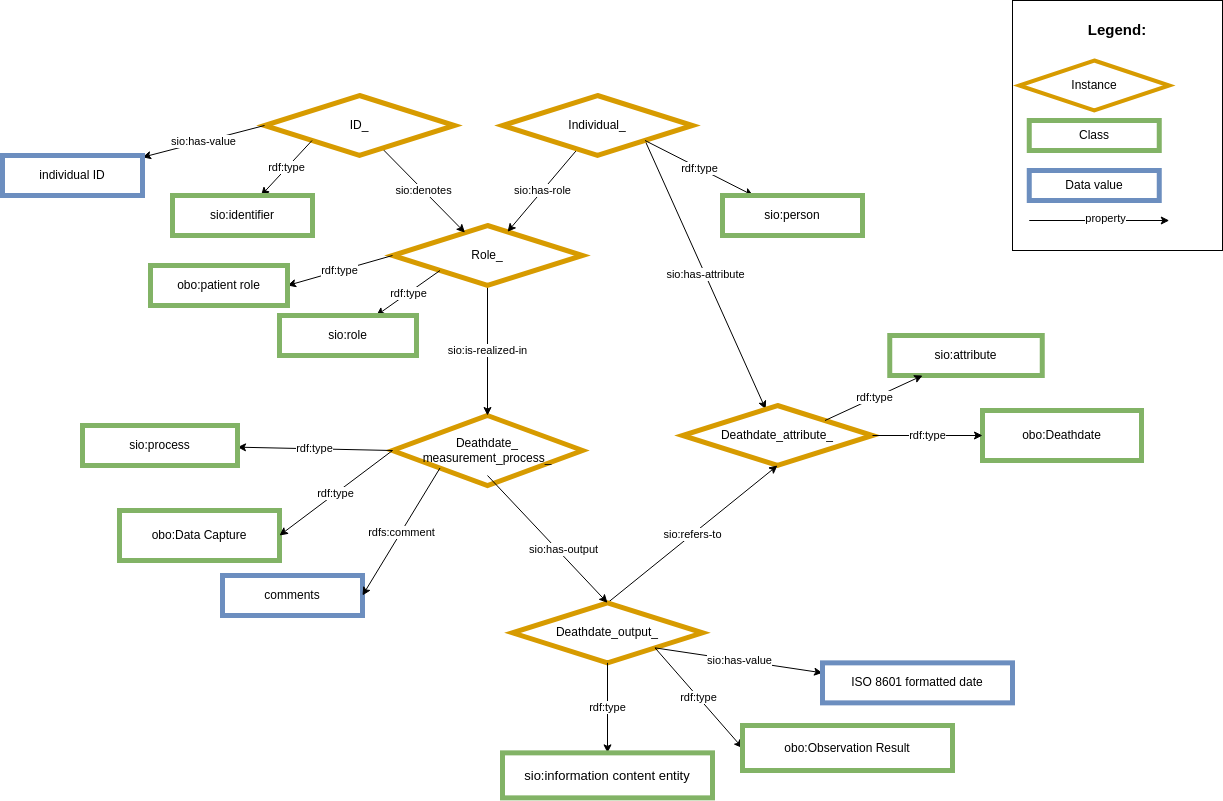
This is images/CARE-SM-Deathdate.png from CARE-SM/CARE-Semantic-Model, a draw.io export, as it was before one commit. Source tidied: cells renumbered, new cells last; positions are measured from the earlier drawing's top-left corner, leaving out a move shared by most shapes. The source it was exported from:
```xml
<mxGraphModel>
  <root>
    <mxCell id="0" />
    <mxCell id="1" parent="0" />
    <mxCell id="2" value="Deathdate_&lt;br&gt;measurement_process_" style="rhombus;whiteSpace=wrap;html=1;fillColor=#FFFFFF;strokeColor=#d79b00;strokeWidth=5;rounded=0;" parent="1" vertex="1">
      <mxGeometry x="390" y="415" width="190" height="70" as="geometry" />
    </mxCell>
    <mxCell id="3" value="&lt;span style=&quot;color: rgb(0, 0, 0); font-family: Helvetica; font-size: 11px; font-style: normal; font-variant-ligatures: normal; font-variant-caps: normal; font-weight: 400; letter-spacing: normal; orphans: 2; text-align: center; text-indent: 0px; text-transform: none; widows: 2; word-spacing: 0px; -webkit-text-stroke-width: 0px; background-color: rgb(255, 255, 255); text-decoration-thickness: initial; text-decoration-style: initial; text-decoration-color: initial; float: none; display: inline !important;&quot;&gt;sio:is-realized-in&lt;/span&gt;" style="rounded=0;jettySize=auto;html=1;exitX=0.5;exitY=1;exitDx=0;exitDy=0;entryX=0.5;entryY=0;entryDx=0;entryDy=0;" parent="1" edge="1" source="5" target="2">
      <mxGeometry relative="1" as="geometry" />
    </mxCell>
    <mxCell id="4" value="sio:has-attribute" style="rounded=0;jettySize=auto;html=1;exitX=1;exitY=1;exitDx=0;exitDy=0;" parent="1" edge="1" source="9" target="10">
      <mxGeometry relative="1" as="geometry" />
    </mxCell>
    <mxCell id="5" value="Role_" style="rhombus;whiteSpace=wrap;html=1;fillColor=#FFFFFF;strokeColor=#d79b00;strokeWidth=5;rounded=0;" parent="1" vertex="1">
      <mxGeometry x="390" y="225" width="190" height="60" as="geometry" />
    </mxCell>
    <mxCell id="6" value="sio:denotes" style="edgeStyle=none;rounded=0;jettySize=auto;html=1;" parent="1" edge="1" source="7" target="5">
      <mxGeometry relative="1" as="geometry" />
    </mxCell>
    <mxCell id="7" value="ID_" style="rhombus;whiteSpace=wrap;html=1;fillColor=#FFFFFF;strokeColor=#d79b00;strokeWidth=5;rounded=0;" parent="1" vertex="1">
      <mxGeometry x="262" y="95" width="190" height="60" as="geometry" />
    </mxCell>
    <mxCell id="8" value="sio:has-role" style="edgeStyle=none;rounded=0;jettySize=auto;html=1;" parent="1" edge="1" source="9" target="5">
      <mxGeometry relative="1" as="geometry" />
    </mxCell>
    <mxCell id="9" value="Individual_" style="rhombus;whiteSpace=wrap;html=1;fillColor=#FFFFFF;strokeColor=#d79b00;strokeWidth=5;rounded=0;" parent="1" vertex="1">
      <mxGeometry x="500" y="95" width="190" height="60" as="geometry" />
    </mxCell>
    <mxCell id="10" value="Deathdate_attribute_" style="rhombus;whiteSpace=wrap;html=1;fillColor=#FFFFFF;strokeColor=#d79b00;strokeWidth=5;rounded=0;" parent="1" vertex="1">
      <mxGeometry x="680" y="405" width="190" height="60" as="geometry" />
    </mxCell>
    <mxCell id="11" value="sio:attribute" style="whiteSpace=wrap;html=1;fillColor=#FFFFFF;strokeColor=#82b366;strokeWidth=5;" parent="1" vertex="1">
      <mxGeometry x="887.2" y="335" width="152.5" height="40" as="geometry" />
    </mxCell>
    <mxCell id="12" value="rdf:type" style="edgeStyle=none;rounded=0;jettySize=auto;html=1;exitX=0;exitY=1;exitDx=0;exitDy=0;" parent="1" edge="1" source="5" target="13">
      <mxGeometry relative="1" as="geometry" />
    </mxCell>
    <mxCell id="13" value="sio:role" style="whiteSpace=wrap;html=1;fillColor=#FFFFFF;strokeColor=#82b366;strokeWidth=5;" parent="1" vertex="1">
      <mxGeometry x="277" y="315" width="137" height="40" as="geometry" />
    </mxCell>
    <mxCell id="14" value="rdf:type" style="edgeStyle=none;rounded=0;jettySize=auto;html=1;exitX=0;exitY=1;exitDx=0;exitDy=0;" parent="1" edge="1" source="7" target="15">
      <mxGeometry relative="1" as="geometry" />
    </mxCell>
    <mxCell id="15" value="sio:identifier" style="whiteSpace=wrap;html=1;fillColor=#FFFFFF;strokeColor=#82b366;strokeWidth=5;" parent="1" vertex="1">
      <mxGeometry x="170" y="195" width="140" height="40" as="geometry" />
    </mxCell>
    <mxCell id="16" value="rdf:type" style="edgeStyle=none;rounded=0;jettySize=auto;html=1;exitX=1;exitY=1;exitDx=0;exitDy=0;" parent="1" edge="1" source="9" target="17">
      <mxGeometry relative="1" as="geometry" />
    </mxCell>
    <mxCell id="17" value="sio:person" style="whiteSpace=wrap;html=1;fillColor=#FFFFFF;strokeColor=#82b366;strokeWidth=5;" parent="1" vertex="1">
      <mxGeometry x="720" y="195" width="140" height="40" as="geometry" />
    </mxCell>
    <mxCell id="18" value="rdf:type" style="edgeStyle=none;rounded=0;orthogonalLoop=1;jettySize=auto;html=1;exitX=0.5;exitY=1;exitDx=0;exitDy=0;" parent="1" edge="1">
      <mxGeometry relative="1" as="geometry">
        <mxPoint x="390" y="725" as="sourcePoint" />
      </mxGeometry>
    </mxCell>
    <mxCell id="19" value="sio:has-value" style="rounded=0;jettySize=auto;html=1;exitX=0;exitY=0.5;exitDx=0;exitDy=0;" parent="1" edge="1" source="7" target="20">
      <mxGeometry relative="1" as="geometry" />
    </mxCell>
    <mxCell id="20" value="individual ID" style="whiteSpace=wrap;html=1;fillColor=#FFFFFF;strokeColor=#6c8ebf;strokeWidth=5;" parent="1" vertex="1">
      <mxGeometry y="155" width="140" height="40" as="geometry" />
    </mxCell>
    <mxCell id="21" value="rdf:type" style="edgeStyle=none;rounded=0;jettySize=auto;html=1;exitX=0;exitY=0.5;exitDx=0;exitDy=0;entryX=1;entryY=0.5;entryDx=0;entryDy=0;" parent="1" edge="1" source="5" target="22">
      <mxGeometry relative="1" as="geometry" />
    </mxCell>
    <mxCell id="22" value="obo:patient role" style="whiteSpace=wrap;html=1;fillColor=#FFFFFF;strokeColor=#82b366;strokeWidth=5;" parent="1" vertex="1">
      <mxGeometry x="148" y="265" width="137" height="40" as="geometry" />
    </mxCell>
    <mxCell id="23" value="sio:refers-to" style="edgeStyle=none;rounded=0;jettySize=auto;html=1;entryX=0.5;entryY=1;entryDx=0;entryDy=0;exitX=0.5;exitY=0;exitDx=0;exitDy=0;" parent="1" edge="1" source="24">
      <mxGeometry relative="1" as="geometry">
        <mxPoint x="775" y="465" as="targetPoint" />
      </mxGeometry>
    </mxCell>
    <mxCell id="24" value="Deathdate_output_" style="rhombus;whiteSpace=wrap;html=1;fillColor=#FFFFFF;strokeColor=#d79b00;strokeWidth=5;rounded=0;" parent="1" vertex="1">
      <mxGeometry x="510" y="602.4" width="190" height="60" as="geometry" />
    </mxCell>
    <mxCell id="25" style="edgeStyle=none;rounded=0;jettySize=auto;html=1;exitX=0.5;exitY=1;exitDx=0;exitDy=0;entryX=0.5;entryY=0;entryDx=0;entryDy=0;" parent="1" edge="1" target="24">
      <mxGeometry relative="1" as="geometry">
        <mxPoint x="485" y="475" as="sourcePoint" />
      </mxGeometry>
    </mxCell>
    <mxCell id="26" value="&lt;span style=&quot;color: rgb(0, 0, 0); font-family: Helvetica; font-size: 11px; font-style: normal; font-variant-ligatures: normal; font-variant-caps: normal; font-weight: 400; letter-spacing: normal; orphans: 2; text-align: center; text-indent: 0px; text-transform: none; widows: 2; word-spacing: 0px; -webkit-text-stroke-width: 0px; background-color: rgb(255, 255, 255); text-decoration-thickness: initial; text-decoration-style: initial; text-decoration-color: initial; float: none; display: inline !important;&quot;&gt;sio:has-output&lt;/span&gt;" style="edgeLabel;html=1;align=center;verticalAlign=middle;" parent="25" vertex="1">
      <mxGeometry x="-0.21" y="-1" relative="1" as="geometry">
        <mxPoint x="28" y="22" as="offset" />
      </mxGeometry>
    </mxCell>
    <mxCell id="27" value="rdf:type" style="edgeStyle=none;rounded=0;jettySize=auto;html=1;exitX=0.5;exitY=1;exitDx=0;exitDy=0;" parent="1" edge="1" source="24" target="28">
      <mxGeometry relative="1" as="geometry" />
    </mxCell>
    <mxCell id="28" value="&lt;font size=&quot;2&quot;&gt;sio:information content entity&lt;/font&gt;" style="whiteSpace=wrap;html=1;fillColor=#FFFFFF;strokeColor=#82b366;strokeWidth=5;" parent="1" vertex="1">
      <mxGeometry x="500" y="752.4" width="210" height="45" as="geometry" />
    </mxCell>
    <mxCell id="29" value="sio:has-value" style="rounded=0;jettySize=auto;html=1;exitX=1;exitY=1;exitDx=0;exitDy=0;entryX=0;entryY=0.25;entryDx=0;entryDy=0;" parent="1" edge="1" source="24" target="30">
      <mxGeometry relative="1" as="geometry" />
    </mxCell>
    <mxCell id="30" value="ISO 8601 formatted date" style="whiteSpace=wrap;html=1;fillColor=#FFFFFF;strokeColor=#6c8ebf;strokeWidth=5;" parent="1" vertex="1">
      <mxGeometry x="820" y="662.4" width="190" height="40" as="geometry" />
    </mxCell>
    <mxCell id="31" value="rdf:type" style="edgeStyle=none;rounded=0;jettySize=auto;html=1;exitX=1;exitY=1;exitDx=0;exitDy=0;entryX=0;entryY=0.5;entryDx=0;entryDy=0;" parent="1" edge="1" source="24" target="32">
      <mxGeometry relative="1" as="geometry" />
    </mxCell>
    <mxCell id="32" value="obo:Observation Result" style="whiteSpace=wrap;html=1;fillColor=#FFFFFF;strokeColor=#82b366;strokeWidth=5;" parent="1" vertex="1">
      <mxGeometry x="740" y="725" width="210" height="45" as="geometry" />
    </mxCell>
    <mxCell id="33" value="rdf:type" style="edgeStyle=none;rounded=0;jettySize=auto;html=1;exitX=0;exitY=0.5;exitDx=0;exitDy=0;" parent="1" edge="1" source="2" target="34">
      <mxGeometry relative="1" as="geometry" />
    </mxCell>
    <mxCell id="34" value="sio:process" style="whiteSpace=wrap;html=1;fillColor=#FFFFFF;strokeColor=#82b366;strokeWidth=5;" parent="1" vertex="1">
      <mxGeometry x="80" y="425" width="155" height="40" as="geometry" />
    </mxCell>
    <mxCell id="35" value="obo:Data Capture" style="whiteSpace=wrap;html=1;fillColor=#FFFFFF;strokeColor=#82b366;strokeWidth=5;" parent="1" vertex="1">
      <mxGeometry x="117" y="510" width="160" height="50" as="geometry" />
    </mxCell>
    <mxCell id="36" value="comments" style="whiteSpace=wrap;html=1;fillColor=#FFFFFF;strokeColor=#6c8ebf;strokeWidth=5;" parent="1" vertex="1">
      <mxGeometry x="220" y="575" width="140" height="40" as="geometry" />
    </mxCell>
    <mxCell id="37" value="obo:Deathdate&lt;span style=&quot;background-color: initial;&quot;&gt;&lt;br&gt;&lt;/span&gt;" style="whiteSpace=wrap;html=1;fillColor=#FFFFFF;strokeColor=#82b366;strokeWidth=5;" parent="1" vertex="1">
      <mxGeometry x="980" y="410" width="159" height="50" as="geometry" />
    </mxCell>
    <mxCell id="38" value="rdf:type" style="edgeStyle=none;rounded=0;jettySize=auto;html=1;exitX=1;exitY=0.5;exitDx=0;exitDy=0;entryX=0;entryY=0.5;entryDx=0;entryDy=0;" parent="1" edge="1" target="37">
      <mxGeometry relative="1" as="geometry">
        <mxPoint x="870" y="435" as="sourcePoint" />
      </mxGeometry>
    </mxCell>
    <mxCell id="39" value="&lt;div style=&quot;text-align: left; font-size: 15px;&quot;&gt;&lt;span style=&quot;background-color: initial;&quot;&gt;&lt;b style=&quot;&quot;&gt;&lt;font style=&quot;font-size: 15px;&quot;&gt;Legend:&lt;/font&gt;&lt;/b&gt;&lt;/span&gt;&lt;/div&gt;&lt;div style=&quot;text-align: left; font-size: 15px;&quot;&gt;&lt;span style=&quot;background-color: initial;&quot;&gt;&lt;br&gt;&lt;/span&gt;&lt;/div&gt;&lt;div style=&quot;text-align: left;&quot;&gt;&lt;span style=&quot;background-color: initial;&quot;&gt;&lt;br&gt;&lt;/span&gt;&lt;/div&gt;&lt;div style=&quot;text-align: left;&quot;&gt;&lt;span style=&quot;background-color: initial;&quot;&gt;&lt;br&gt;&lt;/span&gt;&lt;/div&gt;&lt;div style=&quot;text-align: left;&quot;&gt;&lt;br&gt;&lt;/div&gt;&lt;div style=&quot;text-align: left;&quot;&gt;&lt;br&gt;&lt;/div&gt;&lt;div style=&quot;text-align: left;&quot;&gt;&lt;br&gt;&lt;/div&gt;&lt;div style=&quot;text-align: left;&quot;&gt;&lt;br&gt;&lt;/div&gt;&lt;div style=&quot;text-align: left;&quot;&gt;&lt;br&gt;&lt;/div&gt;&lt;div style=&quot;text-align: left;&quot;&gt;&lt;span style=&quot;background-color: initial;&quot;&gt;&lt;br&gt;&lt;/span&gt;&lt;/div&gt;&lt;div style=&quot;text-align: left;&quot;&gt;&lt;span style=&quot;background-color: initial;&quot;&gt;&lt;br&gt;&lt;/span&gt;&lt;/div&gt;&lt;div style=&quot;text-align: left;&quot;&gt;&lt;span style=&quot;background-color: initial;&quot;&gt;&lt;br&gt;&lt;/span&gt;&lt;/div&gt;&lt;div style=&quot;text-align: left;&quot;&gt;&lt;span style=&quot;background-color: initial;&quot;&gt;&lt;br&gt;&lt;/span&gt;&lt;/div&gt;&lt;div style=&quot;text-align: left;&quot;&gt;&lt;span style=&quot;background-color: initial;&quot;&gt;&lt;br&gt;&lt;/span&gt;&lt;/div&gt;" style="rounded=0;whiteSpace=wrap;html=1;" parent="1" vertex="1">
      <mxGeometry x="1010" width="210" height="250" as="geometry" />
    </mxCell>
    <mxCell id="40" value="Class" style="whiteSpace=wrap;html=1;fillColor=#FFFFFF;strokeColor=#82b366;strokeWidth=5;" parent="1" vertex="1">
      <mxGeometry x="1026.8" y="120" width="130" height="30" as="geometry" />
    </mxCell>
    <mxCell id="41" value="Instance" style="rhombus;whiteSpace=wrap;html=1;fillColor=#FFFFFF;strokeColor=#D79B00;rotation=0;perimeter=rhombusPerimeter;arcSize=20;comic=0;enumerate=0;strokeWidth=4;rounded=0;" parent="1" vertex="1">
      <mxGeometry x="1016.8" y="60" width="150" height="50" as="geometry" />
    </mxCell>
    <mxCell id="42" value="Data value" style="whiteSpace=wrap;html=1;fillColor=#FFFFFF;strokeColor=#6c8ebf;strokeWidth=5;" parent="1" vertex="1">
      <mxGeometry x="1026.8" y="170" width="130" height="30" as="geometry" />
    </mxCell>
    <mxCell id="43" value="property" style="rounded=0;orthogonalLoop=1;jettySize=auto;html=1;exitX=1;exitY=1;exitDx=0;exitDy=0;" parent="1" edge="1">
      <mxGeometry x="0.09" y="2" relative="1" as="geometry">
        <mxPoint x="1026.8" y="220" as="sourcePoint" />
        <mxPoint x="1166.8" y="220" as="targetPoint" />
      </mxGeometry>
    </mxCell>
    <mxCell id="44" value="rdf:type" style="edgeStyle=none;rounded=0;jettySize=auto;html=1;exitX=1;exitY=0;exitDx=0;exitDy=0;" parent="1" edge="1" source="10" target="11">
      <mxGeometry relative="1" as="geometry" />
    </mxCell>
    <mxCell id="45" value="rdf:type" style="edgeStyle=none;rounded=0;jettySize=auto;html=1;exitX=0;exitY=0.5;exitDx=0;exitDy=0;entryX=1;entryY=0.5;entryDx=0;entryDy=0;" parent="1" edge="1" source="2" target="35">
      <mxGeometry relative="1" as="geometry" />
    </mxCell>
    <mxCell id="46" value="rdfs:comment" style="rounded=0;jettySize=auto;html=1;exitX=0;exitY=1;exitDx=0;exitDy=0;entryX=1;entryY=0.5;entryDx=0;entryDy=0;" parent="1" edge="1" source="2" target="36">
      <mxGeometry relative="1" as="geometry" />
    </mxCell>
  </root>
</mxGraphModel>
```
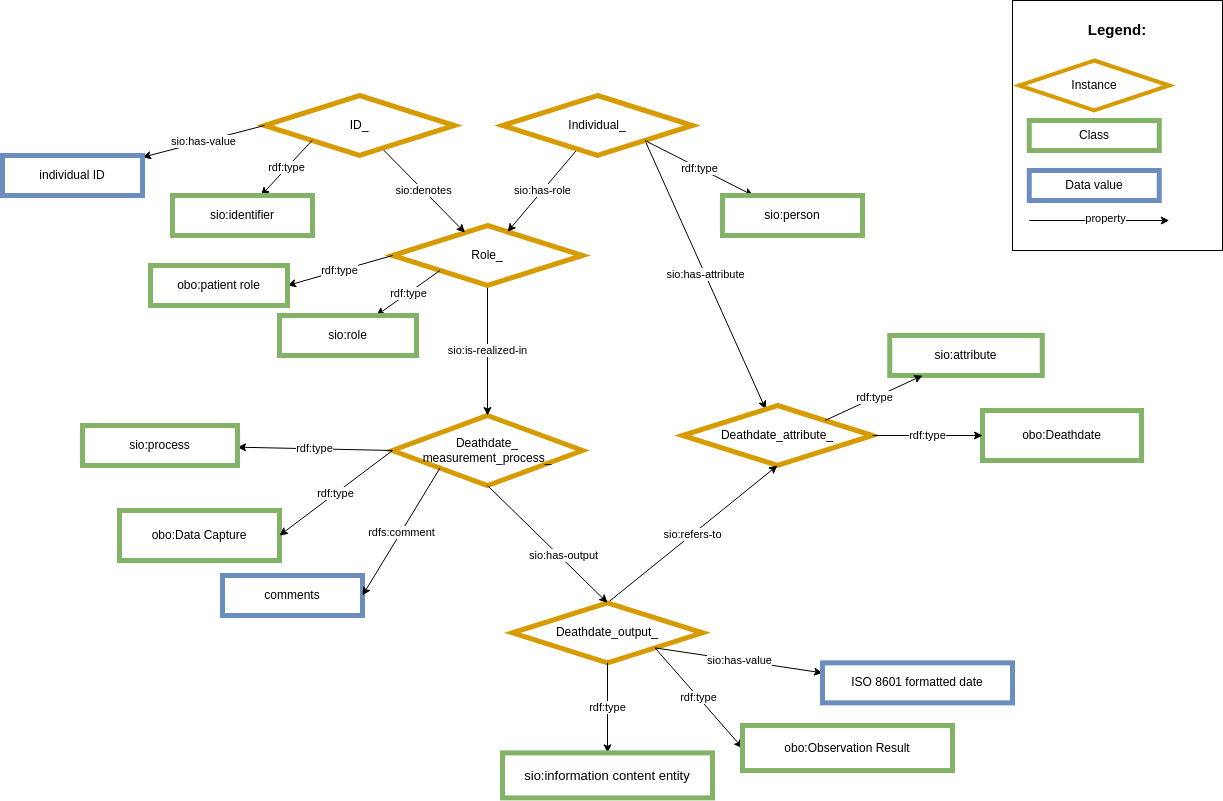
After the commit.

What changed in the source:
```diff
@@ -75,10 +75,8 @@
     <mxCell id="24" value="Deathdate_output_" style="rhombus;whiteSpace=wrap;html=1;fillColor=#FFFFFF;strokeColor=#d79b00;strokeWidth=5;rounded=0;" parent="1" vertex="1">
       <mxGeometry x="510" y="602.4" width="190" height="60" as="geometry" />
     </mxCell>
-    <mxCell id="25" style="edgeStyle=none;rounded=0;jettySize=auto;html=1;exitX=0.5;exitY=1;exitDx=0;exitDy=0;entryX=0.5;entryY=0;entryDx=0;entryDy=0;" parent="1" edge="1" target="24">
-      <mxGeometry relative="1" as="geometry">
-        <mxPoint x="485" y="475" as="sourcePoint" />
-      </mxGeometry>
+    <mxCell id="25" style="edgeStyle=none;rounded=0;jettySize=auto;html=1;exitX=0.5;exitY=1;exitDx=0;exitDy=0;entryX=0.5;entryY=0;entryDx=0;entryDy=0;" parent="1" edge="1" source="2" target="24">
+      <mxGeometry relative="1" as="geometry" />
     </mxCell>
     <mxCell id="26" value="&lt;span style=&quot;color: rgb(0, 0, 0); font-family: Helvetica; font-size: 11px; font-style: normal; font-variant-ligatures: normal; font-variant-caps: normal; font-weight: 400; letter-spacing: normal; orphans: 2; text-align: center; text-indent: 0px; text-transform: none; widows: 2; word-spacing: 0px; -webkit-text-stroke-width: 0px; background-color: rgb(255, 255, 255); text-decoration-thickness: initial; text-decoration-style: initial; text-decoration-color: initial; float: none; display: inline !important;&quot;&gt;sio:has-output&lt;/span&gt;" style="edgeLabel;html=1;align=center;verticalAlign=middle;" parent="25" vertex="1">
       <mxGeometry x="-0.21" y="-1" relative="1" as="geometry">
```
